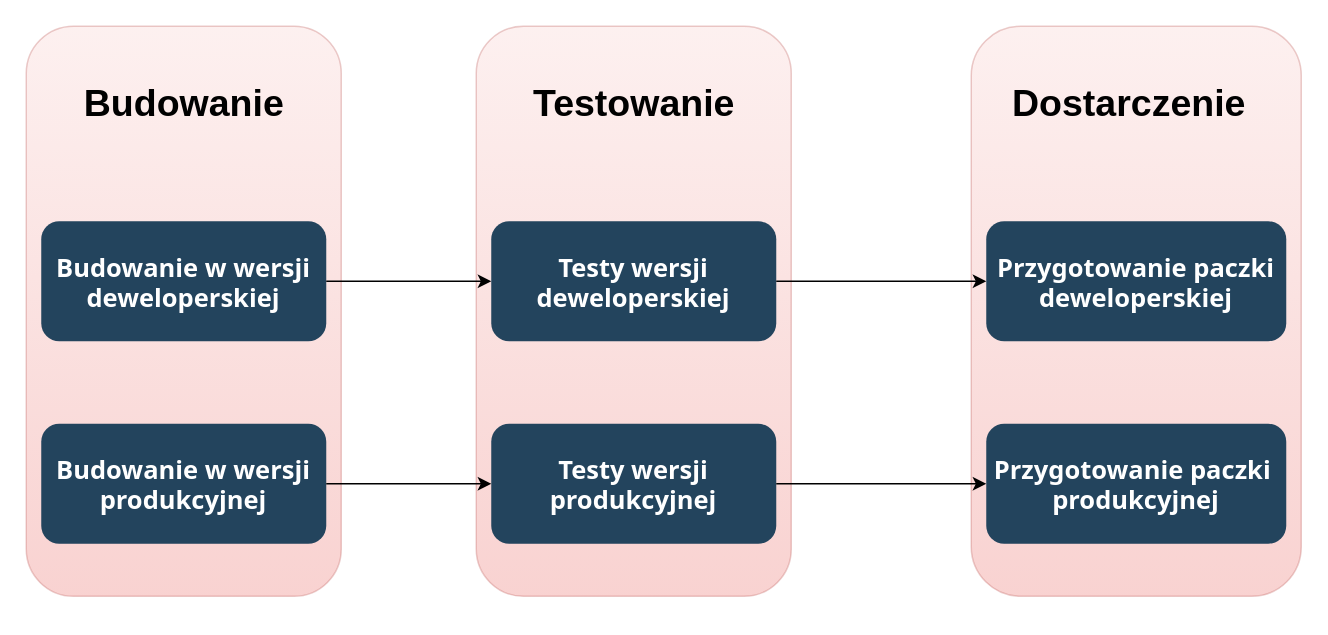
Earlier version of the draw.io diagram thesis/res/draw.io/Pipeline.drawio (arokasprz100/Bachelor-thesis). Source tidied: cells renumbered, new cells numbered last; positions are measured from the earlier drawing's top-left corner, leaving out a move shared by most shapes. Both pictures are drawn from the tidied source at 150%, with x=0, y=0 at pixel (26, 26).
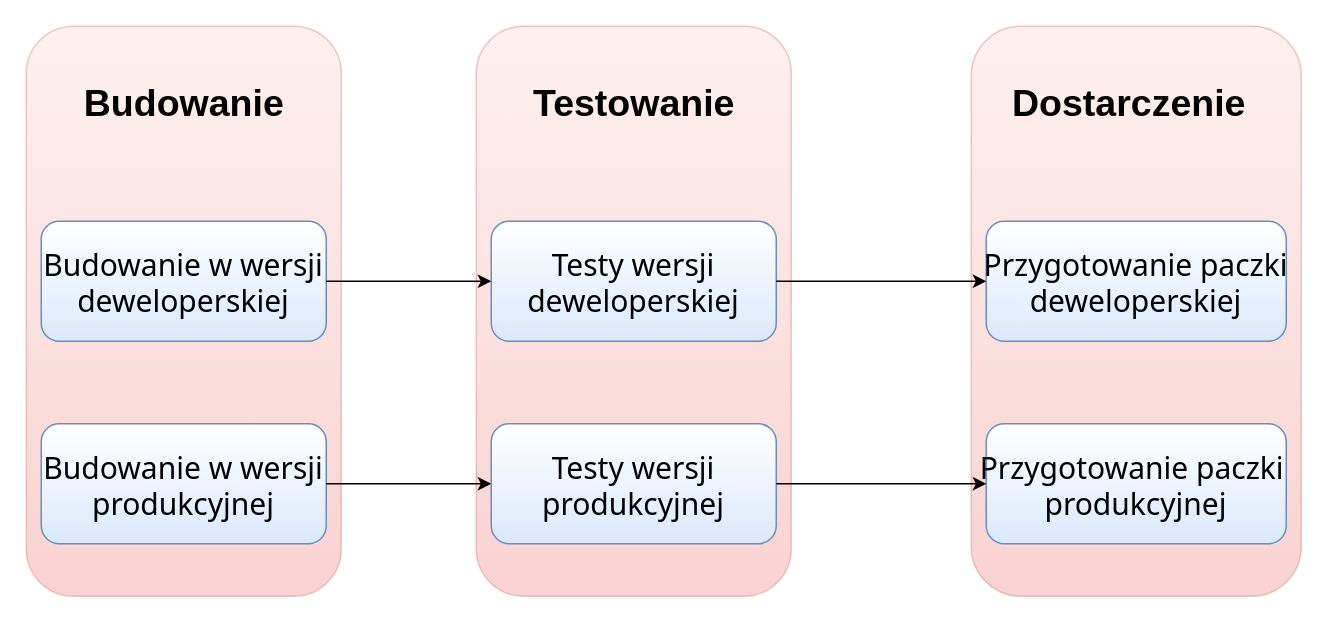
Above is the later version.

Diff of the diagram source:
```diff
@@
 <mxGraphModel background="#ffffff">
   <root>
     <mxCell id="0" />
     <mxCell id="1" parent="0" />
     <mxCell id="2" style="fillColor=#f8cecc;strokeColor=#b85450;opacity=30;glass=0;rounded=1;gradientColor=#ea6b66;" parent="1" vertex="1">
       <mxGeometry x="300" width="210" height="380" as="geometry" />
     </mxCell>
     <mxCell id="3" style="fillColor=#f8cecc;strokeColor=#b85450;opacity=30;rounded=1;gradientColor=#ea6b66;" parent="1" vertex="1">
       <mxGeometry width="210" height="380" as="geometry" />
     </mxCell>
-    <mxCell id="4" value="Budowanie w wersji&#10;deweloperskiej" style="rounded=1;fillColor=#23445D;gradientColor=none;strokeColor=none;fontColor=#FFFFFF;fontStyle=1;fontFamily=Tahoma;fontSize=17;" parent="1" vertex="1">
+    <mxCell id="4" value="Budowanie w wersji&#10;deweloperskiej" style="rounded=1;fillColor=#dae8fc;strokeColor=#6c8ebf;fontStyle=0;fontFamily=Tahoma;fontSize=20;gradientColor=#ffffff;gradientDirection=north;" parent="1" vertex="1">
       <mxGeometry x="10" y="130" width="190" height="80" as="geometry" />
     </mxCell>
-    <mxCell id="5" value="&#10;Budowanie w wersji&#10;produkcyjnej&#10;" style="rounded=1;fillColor=#23445D;gradientColor=none;strokeColor=none;fontColor=#FFFFFF;fontStyle=1;fontFamily=Tahoma;fontSize=17;" parent="1" vertex="1">
+    <mxCell id="5" value="&#10;Budowanie w wersji&#10;produkcyjnej&#10;" style="rounded=1;fillColor=#dae8fc;strokeColor=#6c8ebf;fontStyle=0;fontFamily=Tahoma;fontSize=20;gradientColor=#ffffff;gradientDirection=north;" parent="1" vertex="1">
       <mxGeometry x="10" y="265" width="190" height="80" as="geometry" />
     </mxCell>
     <mxCell id="6" style="edgeStyle=orthogonalEdgeStyle;rounded=0;orthogonalLoop=1;jettySize=auto;html=1;exitX=0.5;exitY=1;exitDx=0;exitDy=0;" parent="1" edge="1" source="3" target="3">
       <mxGeometry relative="1" as="geometry" />
     </mxCell>
-    <mxCell id="7" value="Testy wersji&#10;deweloperskiej" style="rounded=1;fillColor=#23445D;gradientColor=none;strokeColor=none;fontColor=#FFFFFF;fontStyle=1;fontFamily=Tahoma;fontSize=17;" parent="1" vertex="1">
+    <mxCell id="7" value="Testy wersji&#10;deweloperskiej" style="rounded=1;fillColor=#dae8fc;strokeColor=#6c8ebf;fontStyle=0;fontFamily=Tahoma;fontSize=20;gradientColor=#ffffff;gradientDirection=north;" parent="1" vertex="1">
       <mxGeometry x="310" y="130" width="190" height="80" as="geometry" />
     </mxCell>
-    <mxCell id="8" value="Testy wersji&#10;produkcyjnej" style="rounded=1;fillColor=#23445D;gradientColor=none;strokeColor=none;fontColor=#FFFFFF;fontStyle=1;fontFamily=Tahoma;fontSize=17;" parent="1" vertex="1">
+    <mxCell id="8" value="Testy wersji&#10;produkcyjnej" style="rounded=1;fillColor=#dae8fc;strokeColor=#6c8ebf;fontStyle=0;fontFamily=Tahoma;fontSize=20;gradientColor=#ffffff;gradientDirection=north;" parent="1" vertex="1">
       <mxGeometry x="310" y="265" width="190" height="80" as="geometry" />
     </mxCell>
     <mxCell id="9" style="fillColor=#f8cecc;strokeColor=#b85450;opacity=30;glass=0;rounded=1;gradientColor=#ea6b66;" parent="1" vertex="1">
       <mxGeometry x="630" width="220" height="380" as="geometry" />
     </mxCell>
-    <mxCell id="10" value="Przygotowanie paczki&#10;deweloperskiej" style="rounded=1;fillColor=#23445D;gradientColor=none;strokeColor=none;fontColor=#FFFFFF;fontStyle=1;fontFamily=Tahoma;fontSize=17;" parent="1" vertex="1">
+    <mxCell id="10" value="Przygotowanie paczki&#10;deweloperskiej" style="rounded=1;fillColor=#dae8fc;strokeColor=#6c8ebf;fontStyle=0;fontFamily=Tahoma;fontSize=20;gradientColor=#ffffff;gradientDirection=north;" parent="1" vertex="1">
       <mxGeometry x="640" y="130" width="200" height="80" as="geometry" />
     </mxCell>
-    <mxCell id="11" value="Przygotowanie paczki &#10;produkcyjnej" style="rounded=1;fillColor=#23445D;gradientColor=none;strokeColor=none;fontColor=#FFFFFF;fontStyle=1;fontFamily=Tahoma;fontSize=17;" parent="1" vertex="1">
+    <mxCell id="11" value="Przygotowanie paczki &#10;produkcyjnej" style="rounded=1;fillColor=#dae8fc;strokeColor=#6c8ebf;fontStyle=0;fontFamily=Tahoma;fontSize=20;gradientColor=#ffffff;gradientDirection=north;" parent="1" vertex="1">
       <mxGeometry x="640" y="265" width="200" height="80" as="geometry" />
     </mxCell>
     <mxCell id="12" style="endArrow=classic;html=1;entryX=0;entryY=0.5;entryDx=0;entryDy=0;" parent="1" edge="1" source="4" target="7">
       <mxGeometry relative="1" as="geometry" />
     </mxCell>
     <mxCell id="13" style="endArrow=classic;html=1;exitX=1;exitY=0.5;exitDx=0;exitDy=0;" parent="1" edge="1" source="7" target="10">
       <mxGeometry relative="1" as="geometry" />
     </mxCell>
     <mxCell id="14" style="endArrow=classic;html=1;entryX=0;entryY=0.5;entryDx=0;entryDy=0;exitX=1;exitY=0.5;exitDx=0;exitDy=0;" parent="1" edge="1" source="5" target="8">
       <mxGeometry relative="1" as="geometry" />
     </mxCell>
     <mxCell id="15" style="endArrow=classic;html=1;entryX=0;entryY=0.5;entryDx=0;entryDy=0;exitX=1;exitY=0.5;exitDx=0;exitDy=0;" parent="1" edge="1" source="8" target="11">
       <mxGeometry relative="1" as="geometry" />
     </mxCell>
     <mxCell id="16" value="&lt;font style=&quot;font-size: 25px;&quot;&gt;Budowanie&lt;/font&gt;" style="text;html=1;align=center;verticalAlign=middle;fontSize=25;fontStyle=1;" parent="1" vertex="1">
       <mxGeometry x="30" y="30" width="150" height="40" as="geometry" />
     </mxCell>
     <mxCell id="17" value="Testowanie" style="text;html=1;align=center;verticalAlign=middle;fontSize=25;fontStyle=1;" parent="1" vertex="1">
       <mxGeometry x="330" y="30" width="150" height="40" as="geometry" />
     </mxCell>
     <mxCell id="18" value="&lt;font style=&quot;font-size: 25px;&quot;&gt;Dostarczenie&lt;/font&gt;" style="text;html=1;align=center;verticalAlign=middle;fontSize=25;fontStyle=1;" parent="1" vertex="1">
       <mxGeometry x="650" y="30" width="170" height="40" as="geometry" />
     </mxCell>
   </root>
 </mxGraphModel>
```
